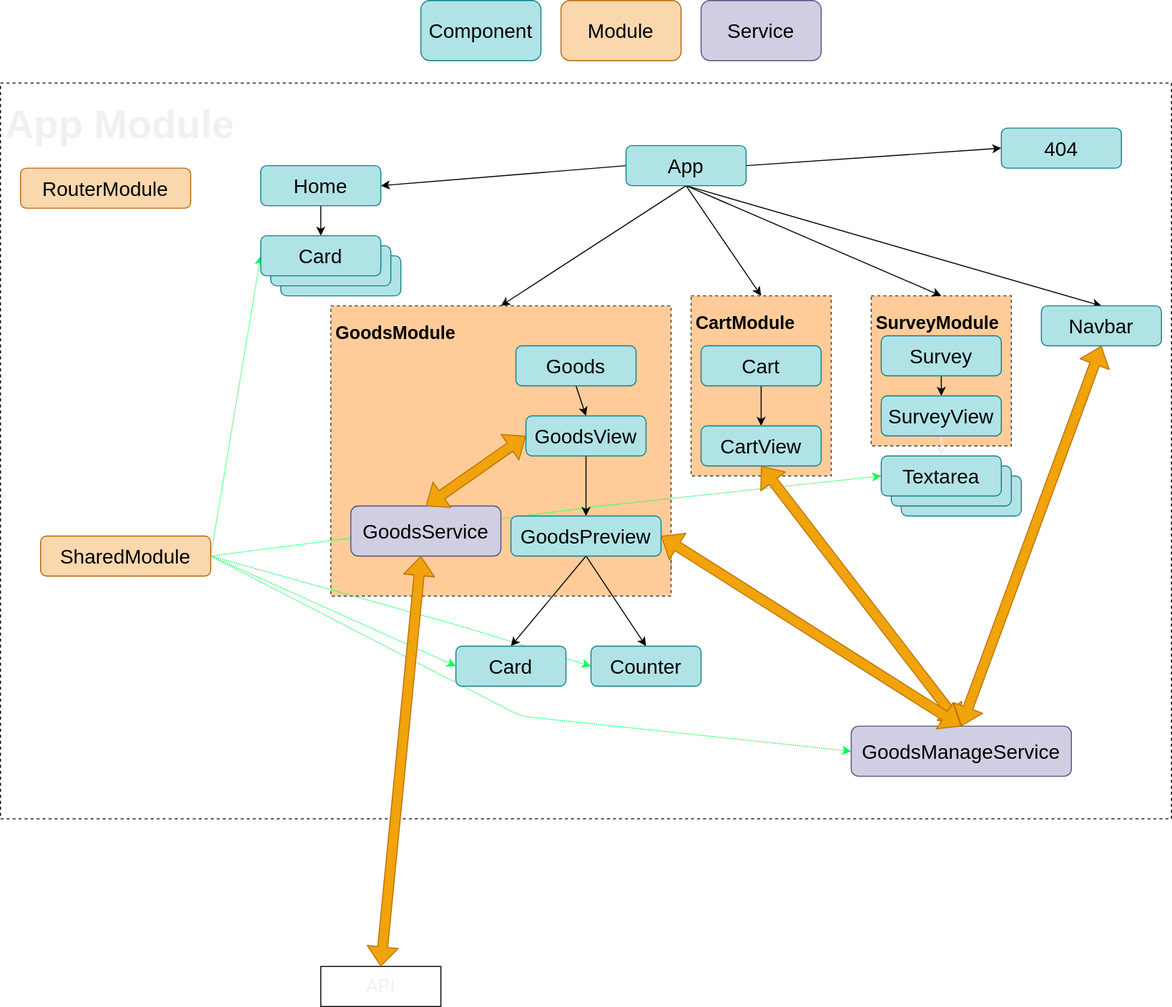
Before: demo-structure.drawio.svg, a diagram exported from draw.io (Jsyfer/angular-demo). Source tidied: cells renumbered, new cells last; positions are measured from the earlier drawing's top-left corner, leaving out a move shared by most shapes.
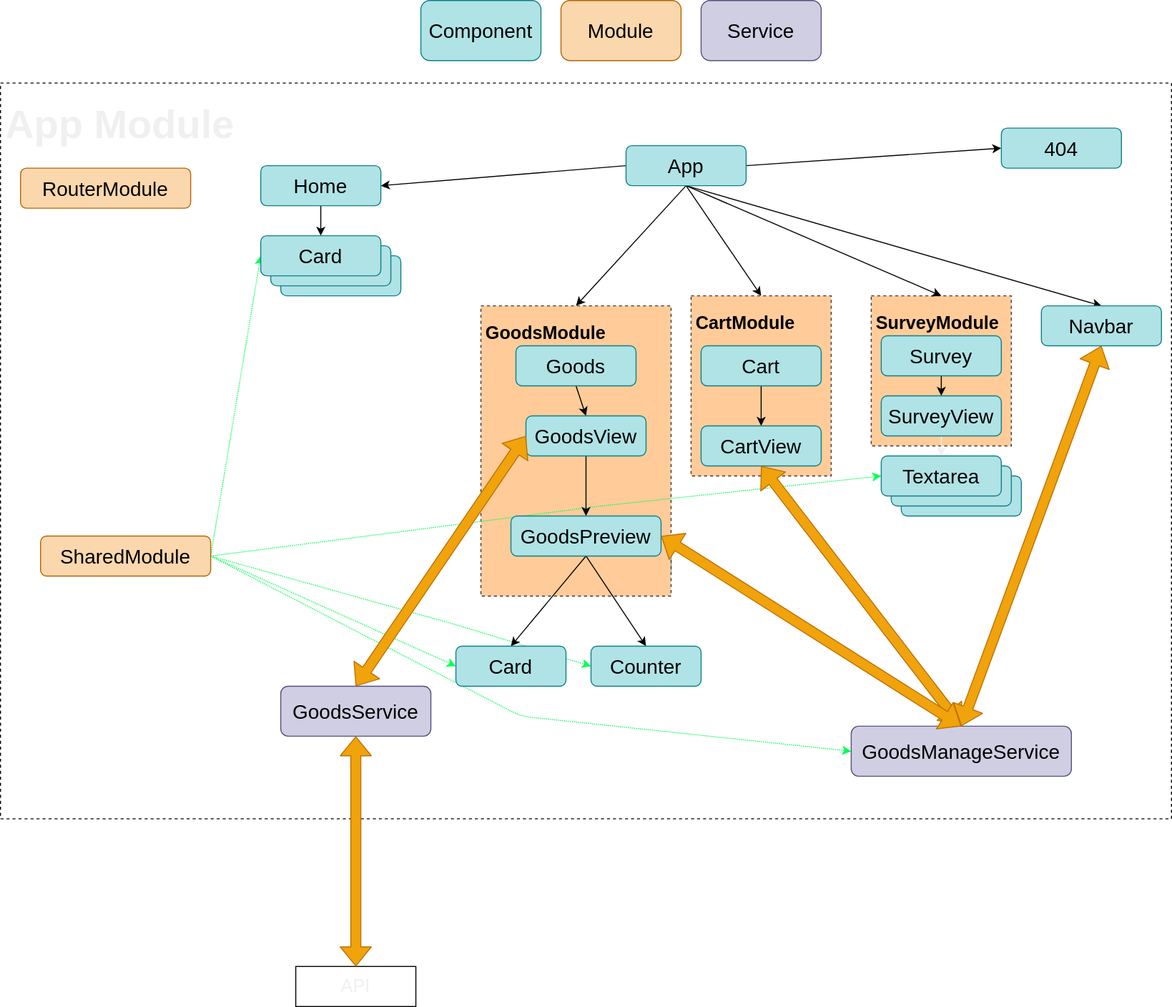
The same file after the commit.

The edit, as a diff of the source:
```diff
@@ -24,7 +24,7 @@
       <mxGeometry x="510" y="525" width="150" height="40" as="geometry" />
     </mxCell>
     <mxCell id="9" value="&lt;h5&gt;&lt;font style=&quot;font-size: 18px&quot; color=&quot;#000000&quot;&gt;GoodsModule&lt;/font&gt;&lt;/h5&gt;" style="text;html=1;strokeColor=#36393d;fillColor=#ffcc99;spacing=5;spacingTop=-20;whiteSpace=wrap;overflow=hidden;rounded=0;fontSize=20;dashed=1;" parent="1" vertex="1">
-      <mxGeometry x="330" y="305" width="340" height="290" as="geometry" />
+      <mxGeometry x="480" y="305" width="190" height="290" as="geometry" />
     </mxCell>
     <mxCell id="10" style="edgeStyle=none;html=1;entryX=0.5;entryY=0;entryDx=0;entryDy=0;fontSize=20;fontColor=#000000;exitX=0.5;exitY=1;exitDx=0;exitDy=0;" parent="1" edge="1" source="16" target="17">
       <mxGeometry relative="1" as="geometry" />
@@ -120,7 +120,7 @@
       <mxGeometry x="880" y="335" width="120" height="40" as="geometry" />
     </mxCell>
     <mxCell id="37" value="&lt;font color=&quot;#000000&quot;&gt;&lt;span style=&quot;font-size: 20px&quot;&gt;GoodsService&lt;/span&gt;&lt;/font&gt;" style="rounded=1;whiteSpace=wrap;html=1;fillColor=#d0cee2;strokeColor=#56517e;" parent="1" vertex="1">
-      <mxGeometry x="350" y="505" width="150" height="50" as="geometry" />
+      <mxGeometry x="280" y="685" width="150" height="50" as="geometry" />
     </mxCell>
     <mxCell id="38" value="&lt;font color=&quot;#000000&quot;&gt;&lt;span style=&quot;font-size: 20px&quot;&gt;GoodsManageService&lt;/span&gt;&lt;/font&gt;" style="rounded=1;whiteSpace=wrap;html=1;fillColor=#d0cee2;strokeColor=#56517e;" parent="1" vertex="1">
       <mxGeometry x="850" y="725" width="220" height="50" as="geometry" />
@@ -180,9 +180,9 @@
       <mxGeometry relative="1" as="geometry" />
     </mxCell>
     <mxCell id="57" value="&lt;font color=&quot;#f0f0f0&quot;&gt;API&lt;/font&gt;" style="rounded=0;whiteSpace=wrap;html=1;fontSize=18;fontColor=#000000;" parent="1" vertex="1">
-      <mxGeometry x="320" y="965" width="120" height="40" as="geometry" />
+      <mxGeometry x="295" y="965" width="120" height="40" as="geometry" />
     </mxCell>
-    <mxCell id="58" style="shape=flexArrow;endArrow=classic;startArrow=classic;html=1;entryX=0.265;entryY=0.862;entryDx=0;entryDy=0;exitX=0.5;exitY=0;exitDx=0;exitDy=0;fillColor=#f0a30a;strokeColor=#BD7000;entryPerimeter=0;" parent="1" edge="1" source="57" target="9">
+    <mxCell id="58" style="shape=flexArrow;endArrow=classic;startArrow=classic;html=1;entryX=0.5;entryY=1;entryDx=0;entryDy=0;exitX=0.5;exitY=0;exitDx=0;exitDy=0;fillColor=#f0a30a;strokeColor=#BD7000;" parent="1" edge="1" source="57" target="37">
       <mxGeometry relative="1" as="geometry" />
     </mxCell>
   </root>
```
